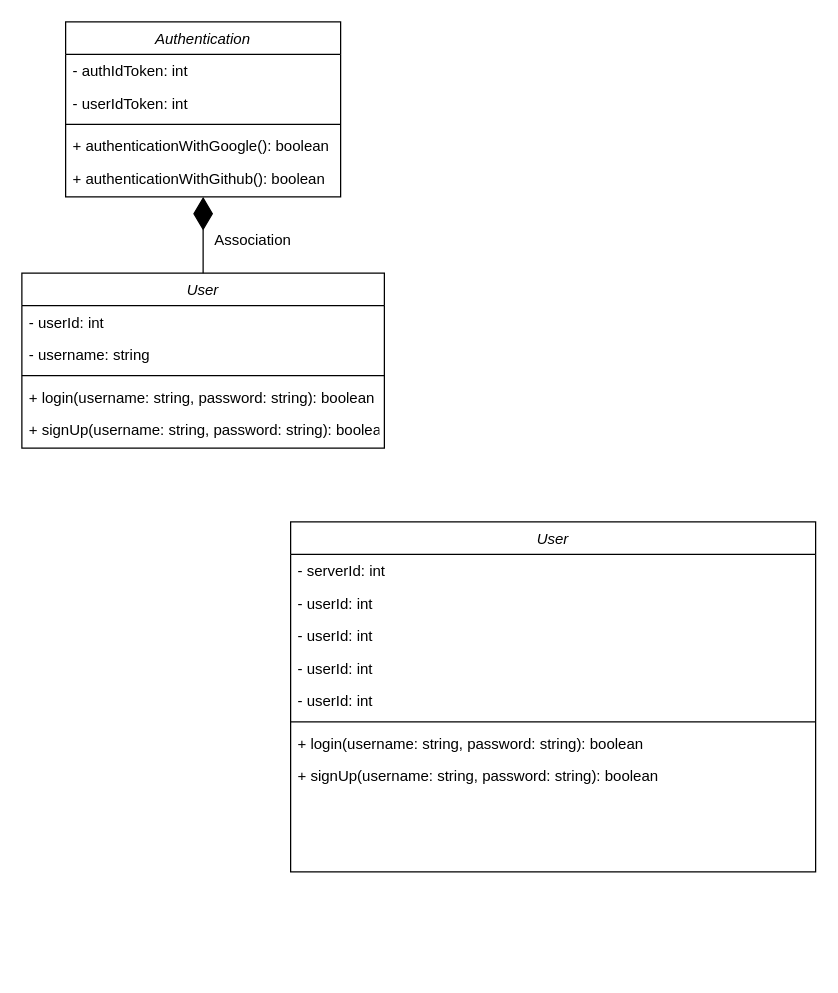
This is Class Diagram.drawio from Harshul1484/BMP-, a draw.io file, before an edit. Source tidied: cells renumbered, new cells numbered last; positions are measured from the earlier drawing's top-left corner, leaving out a move shared by most shapes. Both pictures are drawn from the tidied source at 125%, with x=0, y=0 at pixel (21, 21).
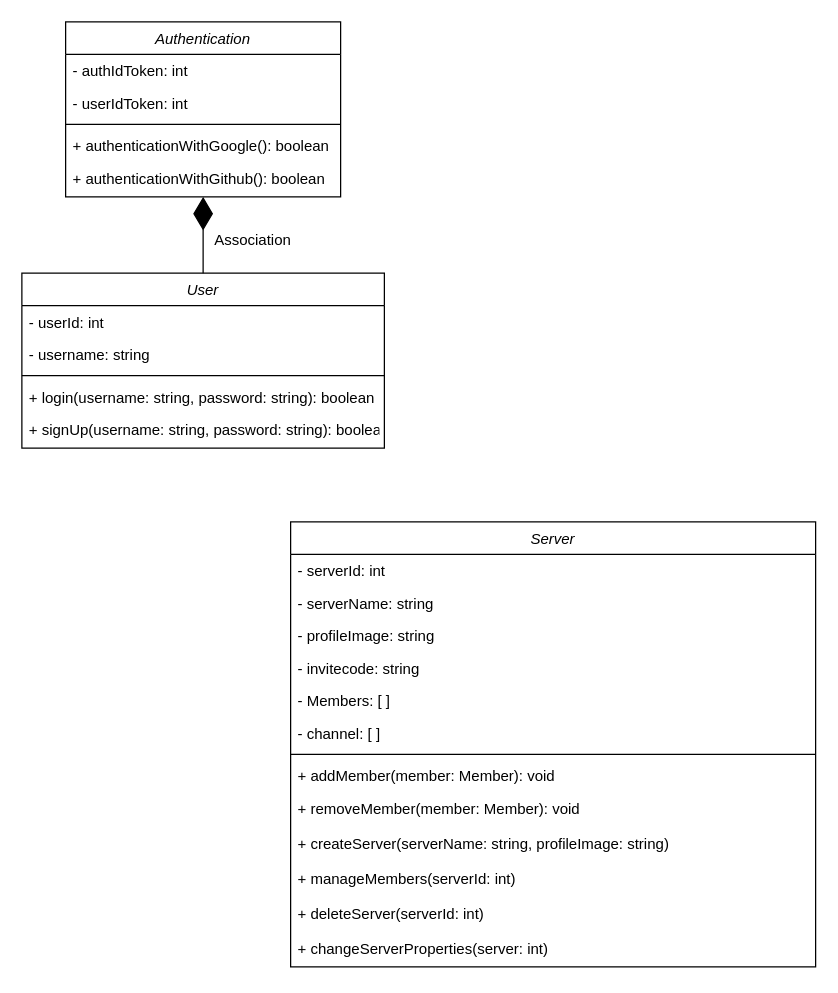
The same diagram, later.

The edit, as a diff of the source:
```diff
@@
-    <mxCell id="16" value="User" style="swimlane;fontStyle=2;align=center;verticalAlign=top;horizontal=1;startSize=26;rounded=0;shadow=0;strokeWidth=1;" parent="1" vertex="1">
-      <mxGeometry x="215" y="400" width="420" height="280" as="geometry" />
+    <mxCell id="16" value="Server" style="swimlane;fontStyle=2;align=center;verticalAlign=top;horizontal=1;startSize=26;rounded=0;shadow=0;strokeWidth=1;" parent="1" vertex="1">
+      <mxGeometry x="215" y="400" width="420" height="356" as="geometry" />
     </mxCell>
@@
-    <mxCell id="18" value="- userId: int" style="text;align=left;verticalAlign=top;spacingLeft=4;spacingRight=4;overflow=hidden;" parent="16" vertex="1">
+    <mxCell id="18" value="- serverName: string" style="text;align=left;verticalAlign=top;spacingLeft=4;spacingRight=4;overflow=hidden;" parent="16" vertex="1">
       <mxGeometry y="52" width="420" height="26" as="geometry" />
     </mxCell>
-    <mxCell id="19" value="- userId: int" style="text;align=left;verticalAlign=top;spacingLeft=4;spacingRight=4;overflow=hidden;" parent="16" vertex="1">
+    <mxCell id="19" value="- profileImage: string" style="text;align=left;verticalAlign=top;spacingLeft=4;spacingRight=4;overflow=hidden;" parent="16" vertex="1">
       <mxGeometry y="78" width="420" height="26" as="geometry" />
     </mxCell>
-    <mxCell id="20" value="- userId: int" style="text;align=left;verticalAlign=top;spacingLeft=4;spacingRight=4;overflow=hidden;" parent="16" vertex="1">
+    <mxCell id="20" value="- invitecode: string" style="text;align=left;verticalAlign=top;spacingLeft=4;spacingRight=4;overflow=hidden;" parent="16" vertex="1">
       <mxGeometry y="104" width="420" height="26" as="geometry" />
     </mxCell>
+    <mxCell id="25" value="- Members: [ ]" style="text;align=left;verticalAlign=top;spacingLeft=4;spacingRight=4;overflow=hidden;" parent="16" vertex="1">
+      <mxGeometry y="130" width="420" height="26" as="geometry" />
+    </mxCell>
-    <mxCell id="21" value="- userId: int" style="text;align=left;verticalAlign=top;spacingLeft=4;spacingRight=4;overflow=hidden;" parent="16" vertex="1">
-      <mxGeometry y="130" width="420" height="26" as="geometry" />
+    <mxCell id="21" value="- channel: [ ]" style="text;align=left;verticalAlign=top;spacingLeft=4;spacingRight=4;overflow=hidden;" parent="16" vertex="1">
+      <mxGeometry y="156" width="420" height="26" as="geometry" />
     </mxCell>
     <mxCell id="22" style="line;html=1;strokeWidth=1;align=left;verticalAlign=middle;spacingTop=-1;spacingLeft=3;spacingRight=3;labelPosition=right;" parent="16" vertex="1">
-      <mxGeometry y="156" width="420" height="8" as="geometry" />
+      <mxGeometry y="182" width="420" height="8" as="geometry" />
     </mxCell>
-    <mxCell id="23" value="+ login(username: string, password: string): boolean" style="text;align=left;verticalAlign=top;spacingLeft=4;spacingRight=4;overflow=hidden;" parent="16" vertex="1">
-      <mxGeometry y="164" width="420" height="26" as="geometry" />
+    <mxCell id="23" value="+ addMember(member: Member): void" style="text;align=left;verticalAlign=top;spacingLeft=4;spacingRight=4;overflow=hidden;" parent="16" vertex="1">
+      <mxGeometry y="190" width="420" height="26" as="geometry" />
     </mxCell>
-    <mxCell id="24" value="+ signUp(username: string, password: string): boolean" style="text;align=left;verticalAlign=top;spacingLeft=4;spacingRight=4;overflow=hidden;" parent="16" vertex="1">
-      <mxGeometry y="190" width="420" height="28" as="geometry" />
+    <mxCell id="24" value="+ removeMember(member: Member): void" style="text;align=left;verticalAlign=top;spacingLeft=4;spacingRight=4;overflow=hidden;" parent="16" vertex="1">
+      <mxGeometry y="216" width="420" height="28" as="geometry" />
     </mxCell>
+    <mxCell id="26" value="+ createServer(serverName: string, profileImage: string)" style="text;align=left;verticalAlign=top;spacingLeft=4;spacingRight=4;overflow=hidden;" parent="16" vertex="1">
+      <mxGeometry y="244" width="420" height="28" as="geometry" />
+    </mxCell>
+    <mxCell id="27" value="+ manageMembers(serverId: int)" style="text;align=left;verticalAlign=top;spacingLeft=4;spacingRight=4;overflow=hidden;" parent="16" vertex="1">
+      <mxGeometry y="272" width="420" height="28" as="geometry" />
+    </mxCell>
+    <mxCell id="28" value="+ deleteServer(serverId: int)" style="text;align=left;verticalAlign=top;spacingLeft=4;spacingRight=4;overflow=hidden;" parent="16" vertex="1">
+      <mxGeometry y="300" width="420" height="28" as="geometry" />
+    </mxCell>
+    <mxCell id="29" value="+ changeServerProperties(server: int)" style="text;align=left;verticalAlign=top;spacingLeft=4;spacingRight=4;overflow=hidden;" parent="16" vertex="1">
+      <mxGeometry y="328" width="420" height="28" as="geometry" />
+    </mxCell>
```
